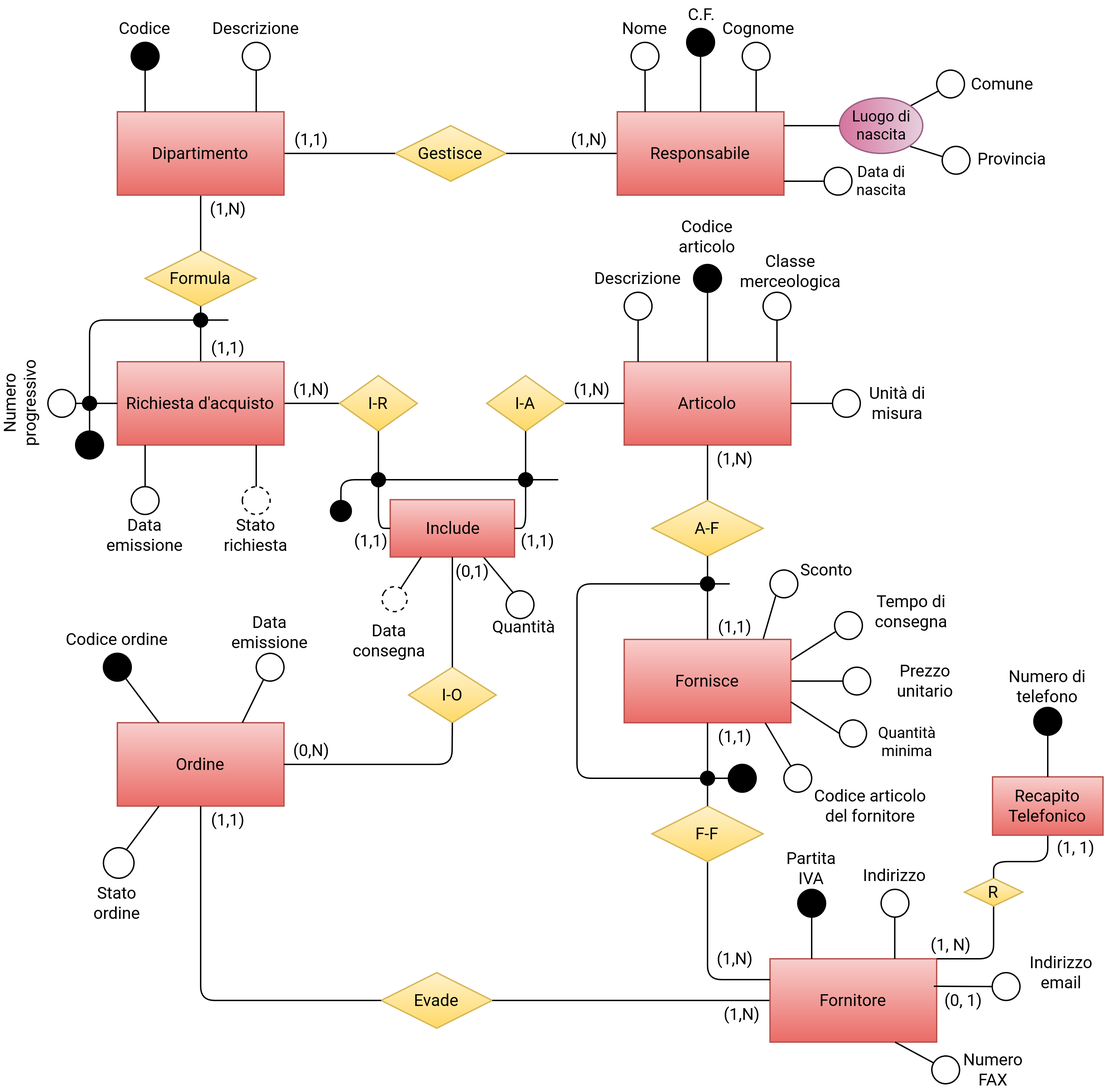
Before: ER_final.png, a diagram exported from draw.io (FraBomba6/Progetto_BdD). Source tidied: cells renumbered, new cells last; positions are measured from the earlier drawing's top-left corner, leaving out a move shared by most shapes.
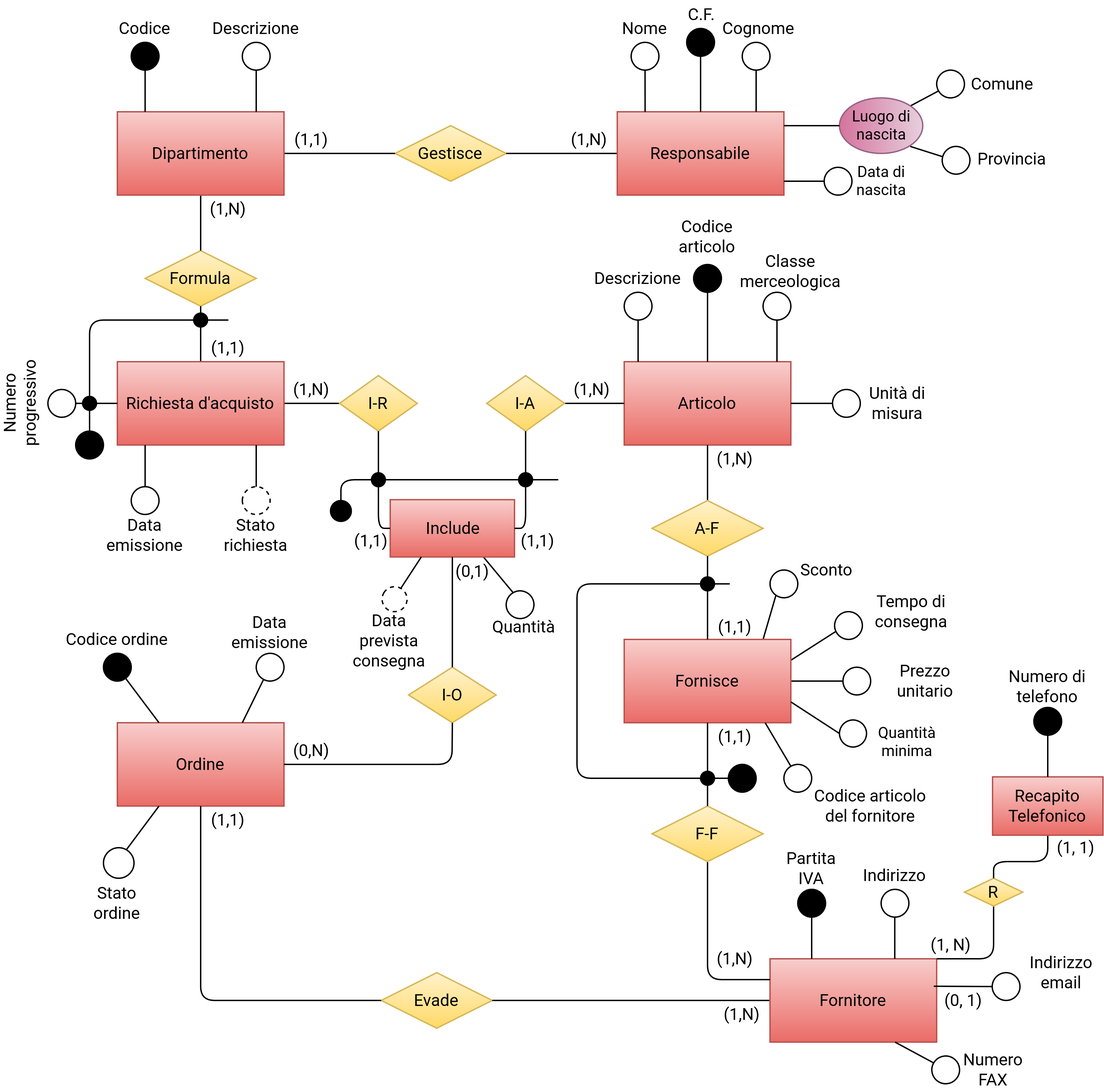
After the change.

Change to the diagram source:
```diff
@@ -175,7 +175,7 @@
     <mxCell id="56" style="ellipse;fontFamily=Roboto;fontSource=https%3A%2F%2Ffonts.googleapis.com%2Fcss%3Ffamily%3DRoboto;fillColor=#000000;" parent="1" vertex="1">
       <mxGeometry x="60" y="310" width="20" height="20" as="geometry" />
     </mxCell>
-    <mxCell id="57" value="&lt;div&gt;Data&lt;/div&gt;&lt;div&gt;consegna&lt;br&gt;&lt;/div&gt;" style="text;html=1;strokeColor=none;fillColor=none;align=center;verticalAlign=middle;whiteSpace=wrap;rounded=0;fontFamily=Roboto;fontSource=https%3A%2F%2Ffonts.googleapis.com%2Fcss%3Ffamily%3DRoboto;rotation=0;" parent="1" vertex="1">
+    <mxCell id="57" value="Data prevista consegna" style="text;html=1;strokeColor=none;fillColor=none;align=center;verticalAlign=middle;whiteSpace=wrap;rounded=0;fontFamily=Roboto;fontSource=https%3A%2F%2Ffonts.googleapis.com%2Fcss%3Ffamily%3DRoboto;rotation=0;" parent="1" vertex="1">
       <mxGeometry x="266" y="450" width="40" height="21" as="geometry" />
     </mxCell>
     <mxCell id="58" style="group;fontFamily=Roboto;fontSource=https%3A%2F%2Ffonts.googleapis.com%2Fcss%3Ffamily%3DRoboto;rotation=90;" parent="1" vertex="1">
```
